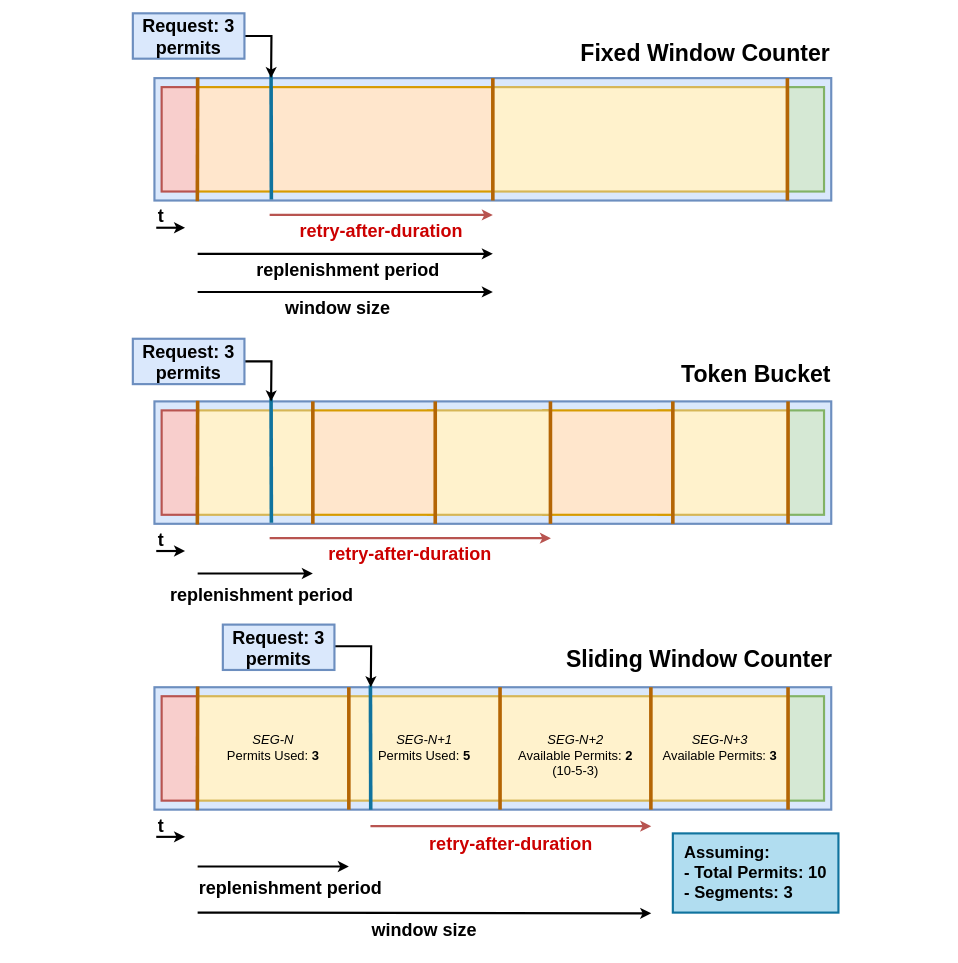
kresil/project-documentation keeps this draw.io diagram as page "retry-after-rate-limited" (14 of 14) of docs/drawio/kresil-diagrams.drawio. Above is the earlier version. Source tidied: cells renumbered, new cells numbered last; positions are measured from the earlier drawing's top-left corner, leaving out a move shared by most shapes. Both pictures are drawn from the tidied source at 72%, with x=0, y=0 at pixel (17, 13).
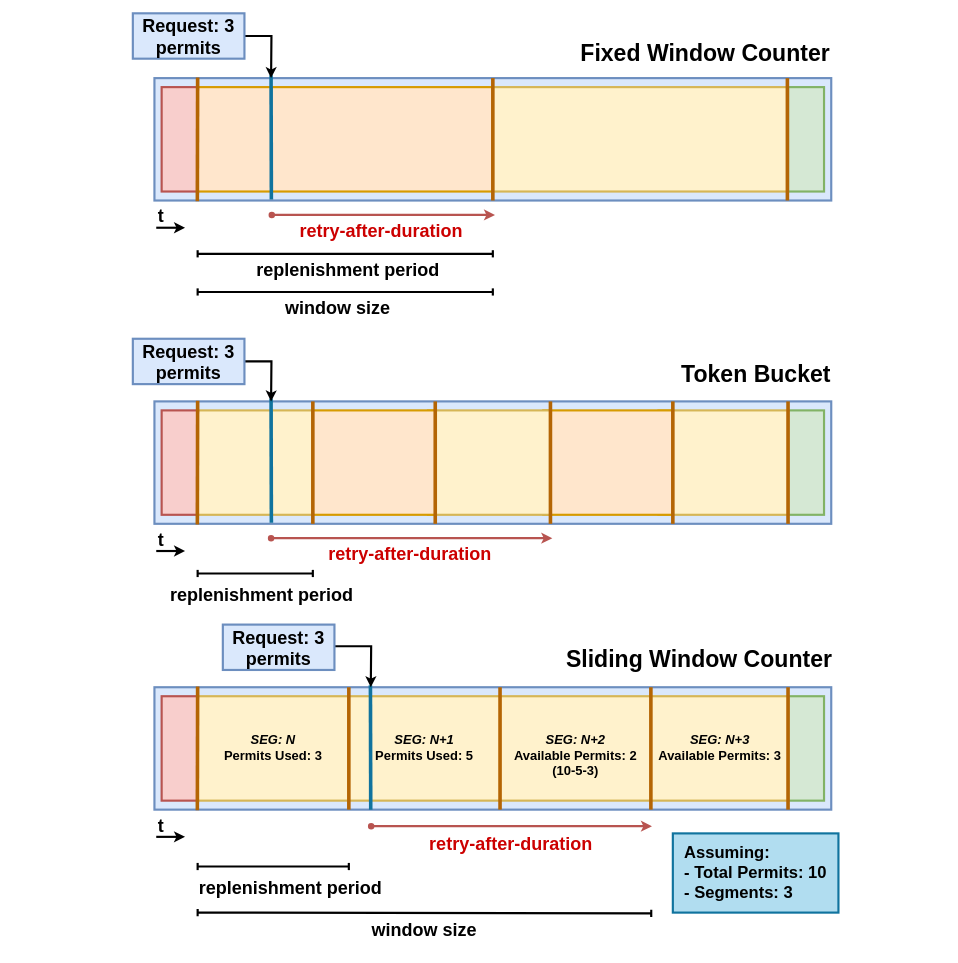
After the change.

Unchanged cells that the change refers to:
```xml
<mxCell id="21" value="&lt;div style=&quot;text-align: center;&quot;&gt;&lt;span style=&quot;background-color: initial; font-size: 25px;&quot;&gt;&lt;b&gt;&lt;font color=&quot;#cc0000&quot;&gt;retry-after-duration&lt;/font&gt;&lt;/b&gt;&lt;/span&gt;&lt;/div&gt;" style="text;whiteSpace=wrap;html=1;" parent="1" vertex="1">
  <mxGeometry x="429.5" y="729" width="350" height="50" as="geometry" />
</mxCell>
```

Diff of the diagram source:
```diff
@@
-    <mxCell id="7" style="endArrow=classic;html=1;rounded=0;strokeWidth=3;" parent="1" edge="1">
+    <mxCell id="7" style="endArrow=baseDash;html=1;rounded=0;strokeWidth=3;startArrow=baseDash;startFill=0;endFill=0;" parent="1" edge="1">
       <mxGeometry relative="1" as="geometry">
         <mxPoint x="250" y="334" as="sourcePoint" />
         <mxPoint x="660" y="334" as="targetPoint" />
       </mxGeometry>
     </mxCell>
@@
-    <mxCell id="9" style="endArrow=classic;html=1;rounded=0;strokeWidth=3;fillColor=#f8cecc;strokeColor=#b85450;" parent="1" edge="1">
+    <mxCell id="9" style="endArrow=classic;html=1;rounded=0;strokeWidth=3;fillColor=#f8cecc;strokeColor=#b85450;startArrow=oval;startFill=1;" parent="1" edge="1">
       <mxGeometry relative="1" as="geometry">
-        <mxPoint x="350" y="280" as="sourcePoint" />
-        <mxPoint x="660" y="280" as="targetPoint" />
+        <mxPoint x="353" y="280" as="sourcePoint" />
+        <mxPoint x="663" y="280" as="targetPoint" />
       </mxGeometry>
     </mxCell>
@@
-    <mxCell id="19" style="endArrow=classic;html=1;rounded=0;strokeWidth=3;" parent="1" edge="1">
+    <mxCell id="19" style="endArrow=baseDash;html=1;rounded=0;strokeWidth=3;endFill=0;startArrow=baseDash;startFill=0;" parent="1" edge="1">
       <mxGeometry relative="1" as="geometry">
         <mxPoint x="250" y="778" as="sourcePoint" />
         <mxPoint x="410" y="778" as="targetPoint" />
       </mxGeometry>
     </mxCell>
-    <mxCell id="20" style="endArrow=classic;html=1;rounded=0;strokeWidth=3;fillColor=#f8cecc;strokeColor=#b85450;entryX=0.889;entryY=0;entryDx=0;entryDy=0;entryPerimeter=0;" parent="1" edge="1" target="21">
+    <mxCell id="20" style="endArrow=classic;html=1;rounded=0;strokeWidth=3;fillColor=#f8cecc;strokeColor=#b85450;entryX=0.889;entryY=0;entryDx=0;entryDy=0;entryPerimeter=0;startArrow=oval;startFill=1;" parent="1" edge="1">
       <mxGeometry relative="1" as="geometry">
-        <mxPoint x="350" y="729" as="sourcePoint" />
+        <mxPoint x="352" y="729" as="sourcePoint" />
+        <mxPoint x="742.6" y="729" as="targetPoint" />
       </mxGeometry>
     </mxCell>
@@
-    <mxCell id="40" style="endArrow=classic;html=1;rounded=0;strokeWidth=3;" parent="1" edge="1">
+    <mxCell id="40" style="endArrow=baseDash;html=1;rounded=0;strokeWidth=3;startArrow=baseDash;startFill=0;endFill=0;" parent="1" edge="1">
       <mxGeometry relative="1" as="geometry">
         <mxPoint x="250" y="1185" as="sourcePoint" />
         <mxPoint x="460" y="1185" as="targetPoint" />
       </mxGeometry>
     </mxCell>
@@
-    <mxCell id="43" style="endArrow=classic;html=1;rounded=0;strokeWidth=3;fillColor=#f8cecc;strokeColor=#b85450;" parent="1" edge="1">
+    <mxCell id="43" style="endArrow=classic;html=1;rounded=0;strokeWidth=3;fillColor=#f8cecc;strokeColor=#b85450;startArrow=oval;startFill=1;" parent="1" edge="1">
       <mxGeometry relative="1" as="geometry">
-        <mxPoint x="490" y="1129" as="sourcePoint" />
-        <mxPoint x="880" y="1129" as="targetPoint" />
+        <mxPoint x="491" y="1129" as="sourcePoint" />
+        <mxPoint x="881" y="1129" as="targetPoint" />
       </mxGeometry>
     </mxCell>
@@
-    <mxCell id="48" value="&lt;font size=&quot;1&quot; style=&quot;&quot;&gt;&lt;span style=&quot;font-size: 18px;&quot;&gt;&lt;i&gt;SEG-N&lt;br&gt;&lt;/i&gt;&lt;/span&gt;&lt;/font&gt;&lt;div&gt;&lt;font size=&quot;1&quot; style=&quot;&quot;&gt;&lt;span style=&quot;font-size: 18px;&quot;&gt;Permits Used: &lt;b&gt;3&lt;/b&gt;&lt;/span&gt;&lt;/font&gt;&lt;/div&gt;" style="rounded=0;whiteSpace=wrap;html=1;fillColor=#fff2cc;strokeColor=#d6b656;strokeWidth=3;fillStyle=solid;" parent="1" vertex="1">
+    <mxCell id="48" value="&lt;font size=&quot;1&quot; style=&quot;&quot;&gt;&lt;span style=&quot;font-size: 18px;&quot;&gt;&lt;i&gt;&lt;b&gt;SEG: N&lt;br&gt;&lt;/b&gt;&lt;/i&gt;&lt;/span&gt;&lt;/font&gt;&lt;div&gt;&lt;font size=&quot;1&quot; style=&quot;&quot;&gt;&lt;span style=&quot;font-size: 18px;&quot;&gt;&lt;b&gt;Permits Used: 3&lt;/b&gt;&lt;/span&gt;&lt;/font&gt;&lt;/div&gt;" style="rounded=0;whiteSpace=wrap;html=1;fillColor=#fff2cc;strokeColor=#d6b656;strokeWidth=3;fillStyle=solid;" parent="1" vertex="1">
       <mxGeometry x="250" y="948.5" width="210" height="145" as="geometry" />
     </mxCell>
@@
-    <mxCell id="51" value="&lt;font size=&quot;1&quot; style=&quot;&quot;&gt;&lt;span style=&quot;font-size: 18px;&quot;&gt;&lt;i&gt;SEG-N+1&lt;br&gt;&lt;/i&gt;&lt;/span&gt;&lt;/font&gt;&lt;div&gt;&lt;font size=&quot;1&quot; style=&quot;&quot;&gt;&lt;span style=&quot;font-size: 18px;&quot;&gt;Permits Used: &lt;b&gt;5&lt;/b&gt;&lt;/span&gt;&lt;/font&gt;&lt;/div&gt;" style="rounded=0;whiteSpace=wrap;html=1;fillColor=#fff2cc;strokeColor=#d6b656;strokeWidth=3;fillStyle=solid;" parent="1" vertex="1">
+    <mxCell id="51" value="&lt;font size=&quot;1&quot; style=&quot;&quot;&gt;&lt;span style=&quot;font-size: 18px;&quot;&gt;&lt;i&gt;&lt;b&gt;SEG: N+1&lt;br&gt;&lt;/b&gt;&lt;/i&gt;&lt;/span&gt;&lt;/font&gt;&lt;div&gt;&lt;font size=&quot;1&quot; style=&quot;&quot;&gt;&lt;span style=&quot;font-size: 18px;&quot;&gt;&lt;b&gt;Permits Used: 5&lt;/b&gt;&lt;/span&gt;&lt;/font&gt;&lt;/div&gt;" style="rounded=0;whiteSpace=wrap;html=1;fillColor=#fff2cc;strokeColor=#d6b656;strokeWidth=3;fillStyle=solid;" parent="1" vertex="1">
       <mxGeometry x="460" y="948.5" width="210" height="145" as="geometry" />
     </mxCell>
-    <mxCell id="52" value="&lt;div&gt;&lt;font size=&quot;1&quot; style=&quot;&quot;&gt;&lt;span style=&quot;font-size: 18px;&quot;&gt;&lt;i&gt;&lt;br&gt;&lt;/i&gt;&lt;/span&gt;&lt;/font&gt;&lt;/div&gt;&lt;font size=&quot;1&quot; style=&quot;&quot;&gt;&lt;span style=&quot;font-size: 18px;&quot;&gt;&lt;i&gt;SEG-N+2&lt;br&gt;&lt;/i&gt;&lt;/span&gt;&lt;/font&gt;&lt;div&gt;&lt;font size=&quot;1&quot; style=&quot;&quot;&gt;&lt;span style=&quot;font-size: 18px;&quot;&gt;Available&amp;nbsp;&lt;/span&gt;&lt;/font&gt;&lt;span style=&quot;font-size: 18px; background-color: initial;&quot;&gt;Permits: &lt;b&gt;2&lt;/b&gt;&lt;br&gt;(10-5-3)&lt;/span&gt;&lt;/div&gt;" style="rounded=0;whiteSpace=wrap;html=1;fillColor=#fff2cc;strokeColor=#d6b656;strokeWidth=3;fillStyle=solid;" parent="1" vertex="1">
+    <mxCell id="52" value="&lt;div&gt;&lt;font size=&quot;1&quot; style=&quot;&quot;&gt;&lt;span style=&quot;font-size: 18px;&quot;&gt;&lt;i&gt;&lt;b&gt;&lt;br&gt;&lt;/b&gt;&lt;/i&gt;&lt;/span&gt;&lt;/font&gt;&lt;/div&gt;&lt;font size=&quot;1&quot; style=&quot;&quot;&gt;&lt;span style=&quot;font-size: 18px;&quot;&gt;&lt;i&gt;&lt;b&gt;SEG: N+2&lt;br&gt;&lt;/b&gt;&lt;/i&gt;&lt;/span&gt;&lt;/font&gt;&lt;div&gt;&lt;b&gt;&lt;font size=&quot;1&quot; style=&quot;&quot;&gt;&lt;span style=&quot;font-size: 18px;&quot;&gt;Available&amp;nbsp;&lt;/span&gt;&lt;/font&gt;&lt;span style=&quot;font-size: 18px; background-color: initial;&quot;&gt;Permits: 2&lt;br&gt;(10-5-3)&lt;/span&gt;&lt;/b&gt;&lt;/div&gt;" style="rounded=0;whiteSpace=wrap;html=1;fillColor=#fff2cc;strokeColor=#d6b656;strokeWidth=3;fillStyle=solid;" parent="1" vertex="1">
       <mxGeometry x="670" y="948.5" width="210" height="145" as="geometry" />
     </mxCell>
-    <mxCell id="53" value="&lt;font size=&quot;1&quot; style=&quot;&quot;&gt;&lt;span style=&quot;font-size: 18px;&quot;&gt;&lt;i&gt;SEG-N+3&lt;br&gt;&lt;/i&gt;&lt;/span&gt;&lt;/font&gt;&lt;div&gt;&lt;span style=&quot;font-size: 18px;&quot;&gt;Available Permits: &lt;b&gt;3&lt;/b&gt;&lt;/span&gt;&lt;/div&gt;" style="rounded=0;whiteSpace=wrap;html=1;fillColor=#fff2cc;strokeColor=#d6b656;strokeWidth=3;fillStyle=solid;" parent="1" vertex="1">
+    <mxCell id="53" value="&lt;font size=&quot;1&quot; style=&quot;&quot;&gt;&lt;span style=&quot;font-size: 18px;&quot;&gt;&lt;i&gt;&lt;b&gt;SEG: N+3&lt;br&gt;&lt;/b&gt;&lt;/i&gt;&lt;/span&gt;&lt;/font&gt;&lt;div&gt;&lt;span style=&quot;font-size: 18px;&quot;&gt;&lt;b&gt;Available Permits: 3&lt;/b&gt;&lt;/span&gt;&lt;/div&gt;" style="rounded=0;whiteSpace=wrap;html=1;fillColor=#fff2cc;strokeColor=#d6b656;strokeWidth=3;fillStyle=solid;" parent="1" vertex="1">
       <mxGeometry x="879.5" y="948.5" width="190.5" height="145" as="geometry" />
     </mxCell>
@@
-    <mxCell id="68" style="endArrow=classic;html=1;rounded=0;strokeWidth=3;" parent="1" edge="1">
+    <mxCell id="68" style="endArrow=baseDash;html=1;rounded=0;strokeWidth=3;startArrow=baseDash;startFill=0;endFill=0;" parent="1" edge="1">
       <mxGeometry relative="1" as="geometry">
         <mxPoint x="250" y="387" as="sourcePoint" />
         <mxPoint x="660" y="387" as="targetPoint" />
       </mxGeometry>
     </mxCell>
@@
-    <mxCell id="70" style="endArrow=classic;html=1;rounded=0;strokeWidth=3;" parent="1" edge="1">
+    <mxCell id="70" style="endArrow=baseDash;html=1;rounded=0;strokeWidth=3;startArrow=baseDash;startFill=0;endFill=0;" parent="1" edge="1">
       <mxGeometry relative="1" as="geometry">
         <mxPoint x="250" y="1249" as="sourcePoint" />
         <mxPoint x="880" y="1250" as="targetPoint" />
       </mxGeometry>
     </mxCell>
```
